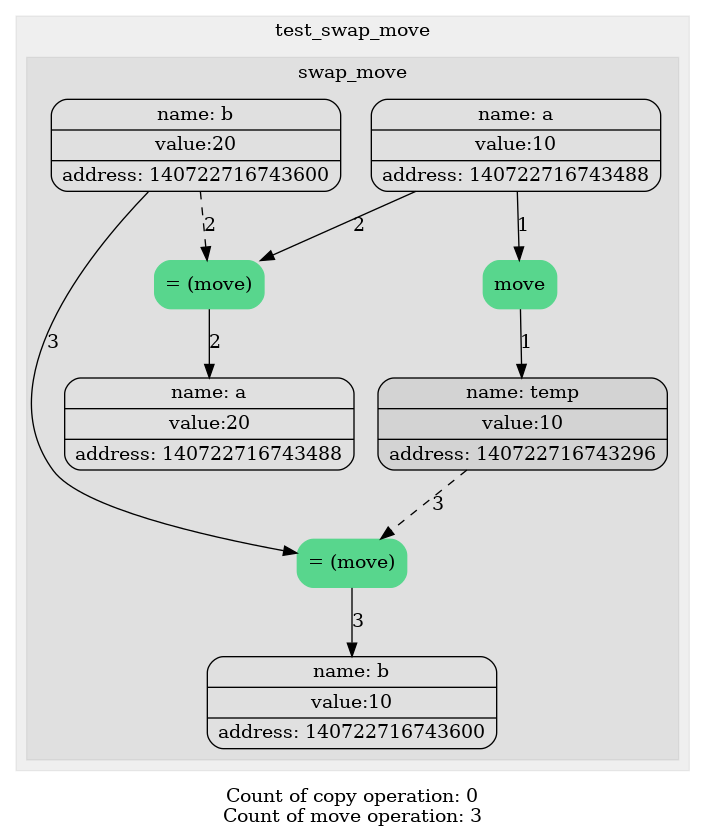
Earlier version of the Graphviz export diagrams/move_swap.png (levasemin/Move_Semantic). Its source is kept beside it as diagrams/move_swap.dot. Source of this version:
```dot
digraph G{
trankdir=HR;
node[shape=Mrecord];

subgraph "cluster_0" {
label = test_swap_move;
style= filled
color = "#00000010";
1[label="{ {name: tmp0} | {value:10} | {address: 140722716743488}} " color=""style=""];
1[label="{ {name: a} | {value:10} | {address: 140722716743488}} " color=""style=""];
2[label="{ {name: tmp1} | {value:20} | {address: 140722716743600}} " color=""style=""];
2[label="{ {name: b} | {value:20} | {address: 140722716743600}} " color=""style=""];
subgraph "cluster_1" {
label = swap_move;
style= filled
color = "#00000010";
3[label="move" color = "#58D68D" style = "filled"];
edge[style = "" color = ""label = "1"]1->3;
4[label="{ {name: tmp2} | {value:10} | {address: 140722716743296}} " color=""style="filled"];
edge[style = "" color = ""label = "1"]3->4;
4[label="{ {name: temp} | {value:10} | {address: 140722716743296}} " color=""style="filled"];
5[label="= (move)" color = "#58D68D" style = "filled"];
edge[style = "" color = ""label = "2"]1->5;
edge[style = "dashed" color = ""label = "2"]2->5;
6[label="{ {name: a} | {value:20} | {address: 140722716743488}} " color=""style=""];
edge[style = "" color = ""label = "2"]5->6;
7[label="= (move)" color = "#58D68D" style = "filled"];
edge[style = "" color = ""label = "3"]2->7;
edge[style = "dashed" color = ""label = "3"]4->7;
8[label="{ {name: b} | {value:10} | {address: 140722716743600}} " color=""style=""];
edge[style = "" color = ""label = "3"]7->8;
}
}
label="Count of copy operation: 0
Count of move operation: 3"}
```
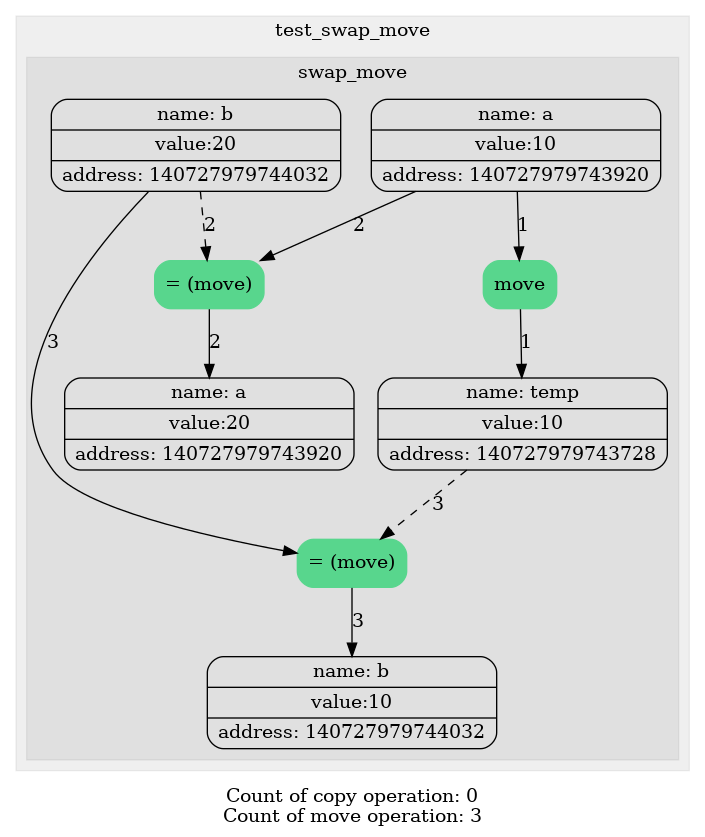
The same diagram one commit later.

Diff of the diagram source:
```diff
@@ -6,28 +6,28 @@
 label = test_swap_move;
 style= filled
 color = "#00000010";
-1[label="{ {name: tmp0} | {value:10} | {address: 140722716743488}} " color=""style=""];
-1[label="{ {name: a} | {value:10} | {address: 140722716743488}} " color=""style=""];
-2[label="{ {name: tmp1} | {value:20} | {address: 140722716743600}} " color=""style=""];
-2[label="{ {name: b} | {value:20} | {address: 140722716743600}} " color=""style=""];
+1[label="{ {name: tmp0} | {value:10} | {address: 140727979743920}} " color=""style=""];
+1[label="{ {name: a} | {value:10} | {address: 140727979743920}} " color=""style=""];
+2[label="{ {name: tmp1} | {value:20} | {address: 140727979744032}} " color=""style=""];
+2[label="{ {name: b} | {value:20} | {address: 140727979744032}} " color=""style=""];
 subgraph "cluster_1" {
 label = swap_move;
 style= filled
 color = "#00000010";
 3[label="move" color = "#58D68D" style = "filled"];
 edge[style = "" color = ""label = "1"]1->3;
-4[label="{ {name: tmp2} | {value:10} | {address: 140722716743296}} " color=""style="filled"];
+4[label="{ {name: tmp2} | {value:10} | {address: 140727979743728}} " color=""style=""];
 edge[style = "" color = ""label = "1"]3->4;
-4[label="{ {name: temp} | {value:10} | {address: 140722716743296}} " color=""style="filled"];
+4[label="{ {name: temp} | {value:10} | {address: 140727979743728}} " color=""style=""];
 5[label="= (move)" color = "#58D68D" style = "filled"];
 edge[style = "" color = ""label = "2"]1->5;
 edge[style = "dashed" color = ""label = "2"]2->5;
-6[label="{ {name: a} | {value:20} | {address: 140722716743488}} " color=""style=""];
+6[label="{ {name: a} | {value:20} | {address: 140727979743920}} " color=""style=""];
 edge[style = "" color = ""label = "2"]5->6;
 7[label="= (move)" color = "#58D68D" style = "filled"];
 edge[style = "" color = ""label = "3"]2->7;
 edge[style = "dashed" color = ""label = "3"]4->7;
-8[label="{ {name: b} | {value:10} | {address: 140722716743600}} " color=""style=""];
+8[label="{ {name: b} | {value:10} | {address: 140727979744032}} " color=""style=""];
 edge[style = "" color = ""label = "3"]7->8;
 }
 }
```
